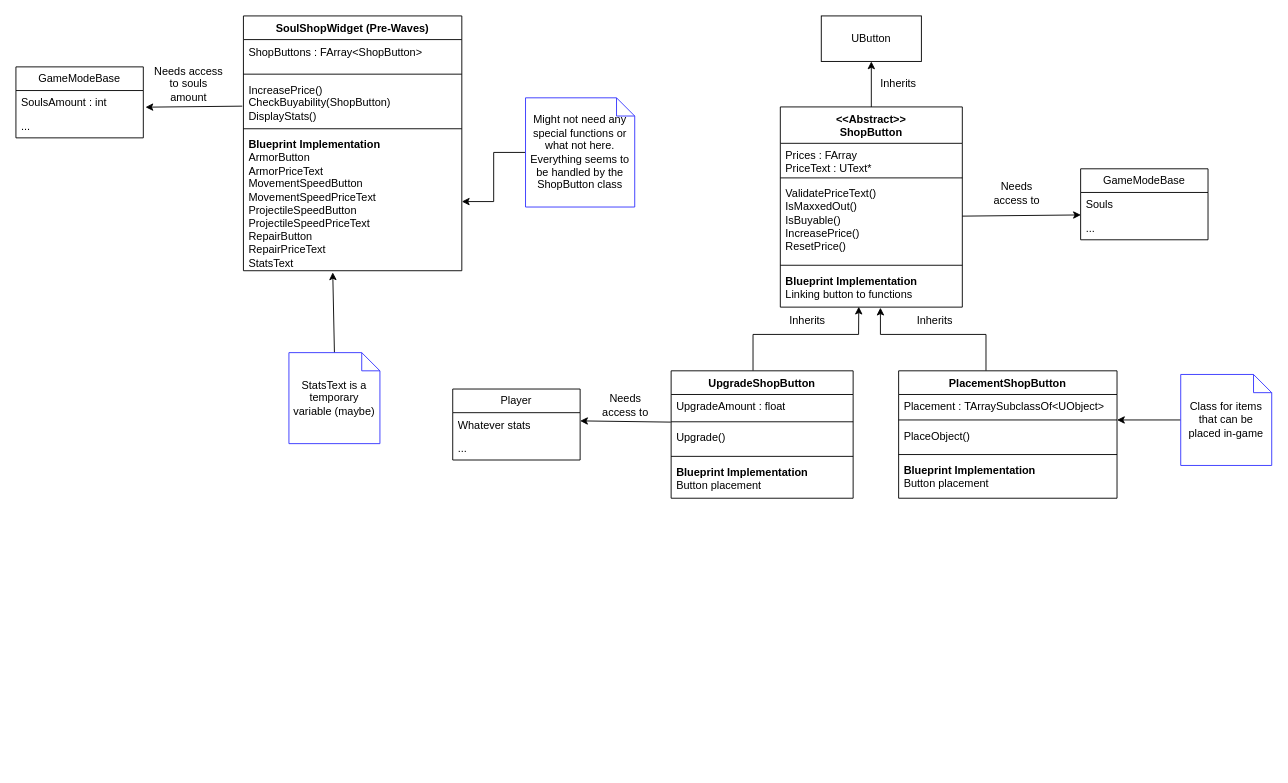
Earlier version of the draw.io diagram page "SoulShopUML" (2 of 3) of Design/SoulSystemDesign.drawio (Edge321/DragonsDefense_v2). Source tidied: cells renumbered, new cells numbered last; positions are measured from the earlier drawing's top-left corner, leaving out a move shared by most shapes. Both pictures are drawn from the tidied source at 91%, with x=0, y=0 at pixel (15, 15).
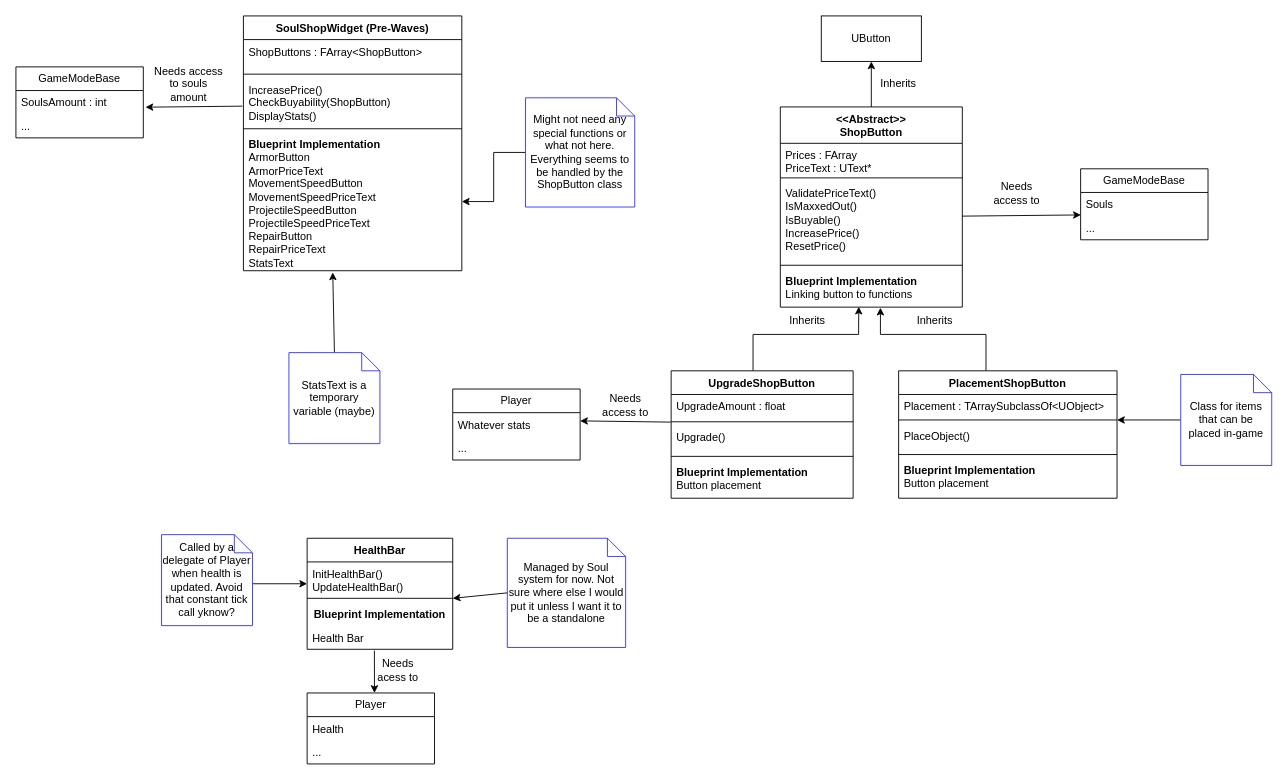
Above is the later version.

Diff of the diagram source:
```diff
@@
+    <mxCell id="54" value="HealthBar" style="swimlane;fontStyle=1;align=center;verticalAlign=top;horizontal=1;startSize=26;whiteSpace=wrap;html=1;" parent="1" vertex="1">
+      <mxGeometry x="320" y="574" width="160" height="122" as="geometry" />
+    </mxCell>
+    <mxCell id="55" value="InitHealthBar()&lt;br&gt;UpdateHealthBar()" style="text;strokeColor=none;fillColor=none;align=left;verticalAlign=top;spacingLeft=4;spacingRight=4;overflow=hidden;whiteSpace=wrap;html=1;" parent="54" vertex="1">
+      <mxGeometry y="26" width="160" height="36" as="geometry" />
+    </mxCell>
+    <mxCell id="56" style="line;strokeWidth=1;fillColor=none;align=left;verticalAlign=middle;spacingTop=-1;spacingLeft=3;spacingRight=3;labelPosition=right;strokeColor=inherit;" parent="54" vertex="1">
+      <mxGeometry y="62" width="160" height="8" as="geometry" />
+    </mxCell>
+    <mxCell id="57" value="&lt;b&gt;Blueprint Implementation&lt;/b&gt;" style="text;strokeColor=none;fillColor=none;align=center;verticalAlign=top;spacingLeft=4;spacingRight=4;overflow=hidden;points=[[0,0.5],[1,0.5]];portConstraint=eastwest;whiteSpace=wrap;html=1;" parent="54" vertex="1">
+      <mxGeometry y="70" width="160" height="26" as="geometry" />
+    </mxCell>
+    <mxCell id="58" value="Health Bar" style="text;strokeColor=none;fillColor=none;align=left;verticalAlign=top;spacingLeft=4;spacingRight=4;overflow=hidden;points=[[0,0.5],[1,0.5]];portConstraint=eastwest;whiteSpace=wrap;html=1;" parent="54" vertex="1">
+      <mxGeometry y="96" width="160" height="26" as="geometry" />
+    </mxCell>
+    <mxCell id="59" value="Managed by Soul system for now. Not sure where else I would put it unless I want it to be a standalone" style="shape=note;size=20;whiteSpace=wrap;html=1;strokeColor=#3333FF;" parent="1" vertex="1">
+      <mxGeometry x="540" y="574" width="130" height="120" as="geometry" />
+    </mxCell>
+    <mxCell id="60" style="endArrow=classic;html=1;rounded=0;exitX=0;exitY=0.5;exitDx=0;exitDy=0;exitPerimeter=0;entryX=1;entryY=-0.154;entryDx=0;entryDy=0;entryPerimeter=0;" parent="1" edge="1" source="59" target="57">
+      <mxGeometry relative="1" as="geometry" />
+    </mxCell>
+    <mxCell id="61" style="endArrow=classic;html=1;rounded=0;exitX=0.462;exitY=1.055;exitDx=0;exitDy=0;exitPerimeter=0;" parent="1" edge="1" source="58">
+      <mxGeometry relative="1" as="geometry">
+        <mxPoint x="394" y="744" as="targetPoint" />
+      </mxGeometry>
+    </mxCell>
+    <mxCell id="62" value="Player" style="swimlane;fontStyle=0;horizontal=1;startSize=26;fillColor=none;whiteSpace=wrap;html=1;" parent="1" vertex="1">
+      <mxGeometry x="320" y="744" width="140" height="78" as="geometry" />
+    </mxCell>
+    <mxCell id="63" value="Health" style="text;strokeColor=none;fillColor=none;align=left;verticalAlign=top;spacingLeft=4;spacingRight=4;overflow=hidden;whiteSpace=wrap;html=1;" parent="62" vertex="1">
+      <mxGeometry y="26" width="140" height="26" as="geometry" />
+    </mxCell>
+    <mxCell id="64" value="..." style="text;strokeColor=none;fillColor=none;align=left;verticalAlign=top;spacingLeft=4;spacingRight=4;overflow=hidden;whiteSpace=wrap;html=1;" parent="62" vertex="1">
+      <mxGeometry y="52" width="140" height="26" as="geometry" />
+    </mxCell>
+    <mxCell id="65" value="Needs acess to" style="text;html=1;strokeColor=none;fillColor=none;align=center;verticalAlign=middle;whiteSpace=wrap;rounded=0;" parent="1" vertex="1">
+      <mxGeometry x="390" y="704" width="60" height="30" as="geometry" />
+    </mxCell>
+    <mxCell id="66" style="endArrow=classic;html=1;rounded=0;" parent="1" edge="1">
+      <mxGeometry relative="1" as="geometry">
+        <mxPoint x="260" y="624" as="sourcePoint" />
+        <mxPoint x="320" y="624" as="targetPoint" />
+      </mxGeometry>
+    </mxCell>
+    <mxCell id="67" value="Called by a delegate of Player when health is updated. Avoid that constant tick call yknow?" style="shape=note;size=20;whiteSpace=wrap;html=1;strokeColor=#3333FF;" parent="1" vertex="1">
+      <mxGeometry x="160" y="570" width="100" height="100" as="geometry" />
+    </mxCell>
```
